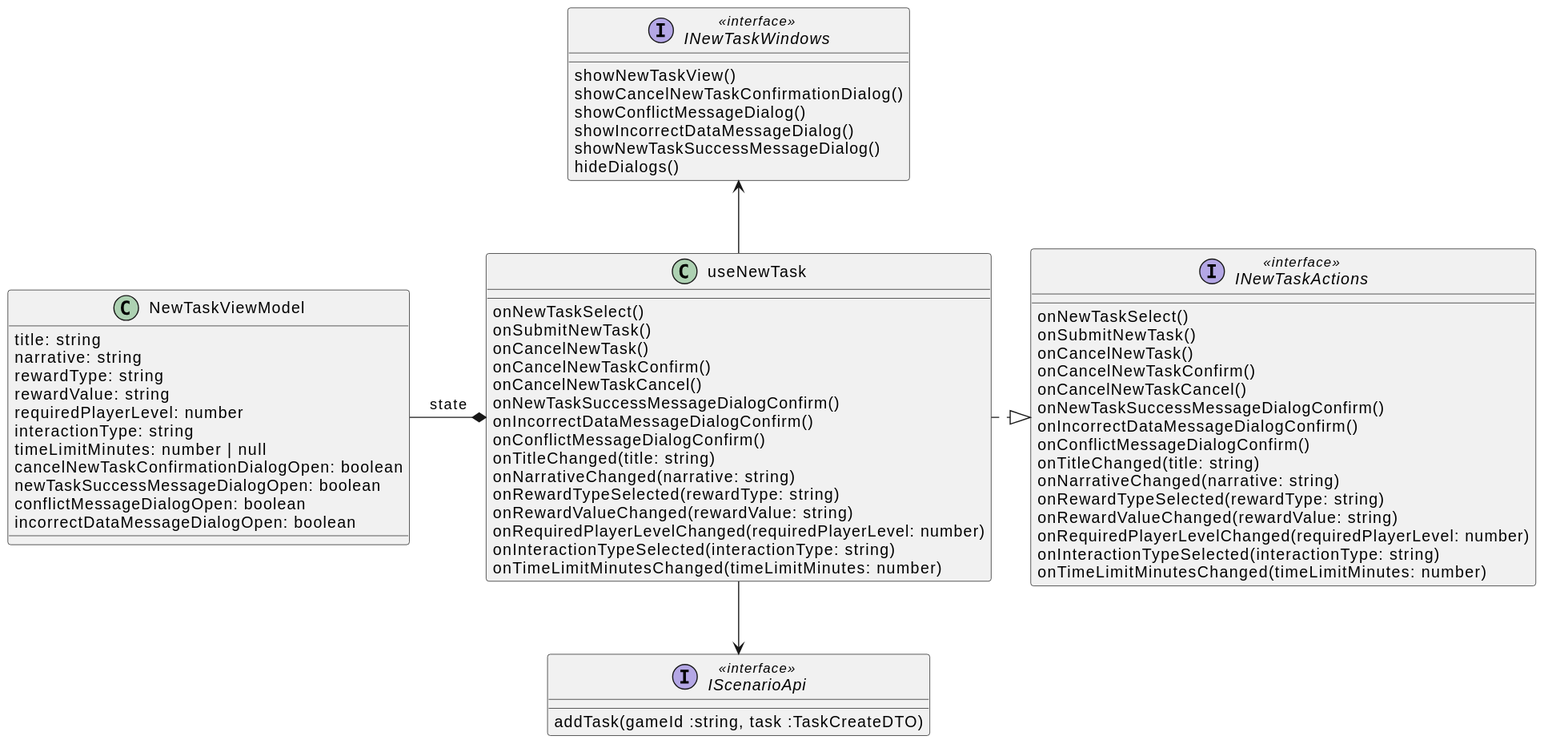
This is diagrams/frontend/rendered/new-task-presenter.svg from Igor-Ochocki/POP-2026Z, a PlantUML export, as it was before one commit.
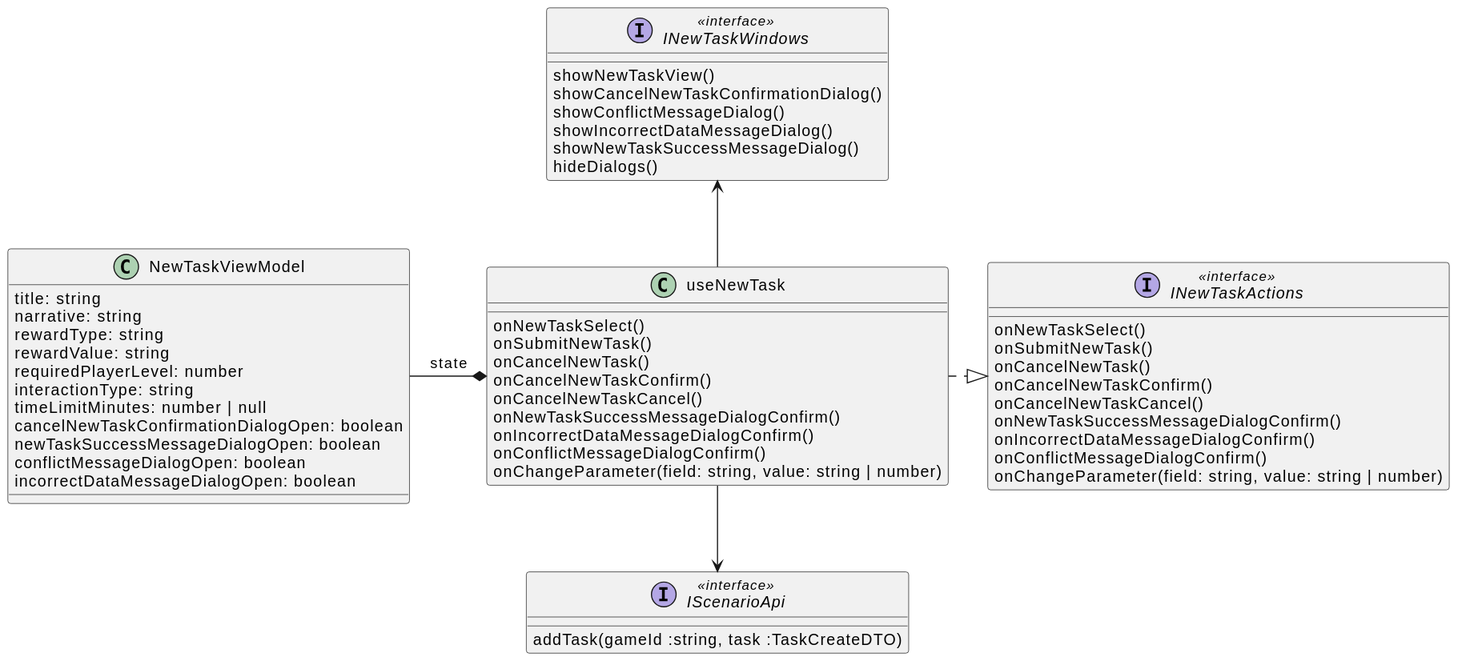
Above is the later version.

The edit, as a diff of the source:
```diff
@@ -8,13 +8,7 @@
     onNewTaskSuccessMessageDialogConfirm()
     onIncorrectDataMessageDialogConfirm()
     onConflictMessageDialogConfirm()
-    onTitleChanged(title: string)
-    onNarrativeChanged(narrative: string)
-    onRewardTypeSelected(rewardType: string)
-    onRewardValueChanged(rewardValue: string)
-    onRequiredPlayerLevelChanged(requiredPlayerLevel: number)
-    onInteractionTypeSelected(interactionType: string)
-    onTimeLimitMinutesChanged(timeLimitMinutes: number)
+    onChangeParameter(field: string, value: string | number)
 }
 
 interface INewTaskActions <<interface>> {
@@ -26,13 +20,7 @@
     onNewTaskSuccessMessageDialogConfirm()
     onIncorrectDataMessageDialogConfirm()
     onConflictMessageDialogConfirm()
-    onTitleChanged(title: string)
-    onNarrativeChanged(narrative: string)
-    onRewardTypeSelected(rewardType: string)
-    onRewardValueChanged(rewardValue: string)
-    onRequiredPlayerLevelChanged(requiredPlayerLevel: number)
-    onInteractionTypeSelected(interactionType: string)
-    onTimeLimitMinutesChanged(timeLimitMinutes: number)
+    onChangeParameter(field: string, value: string | number)
 }
 
 useNewTask .|> INewTaskActions
```
